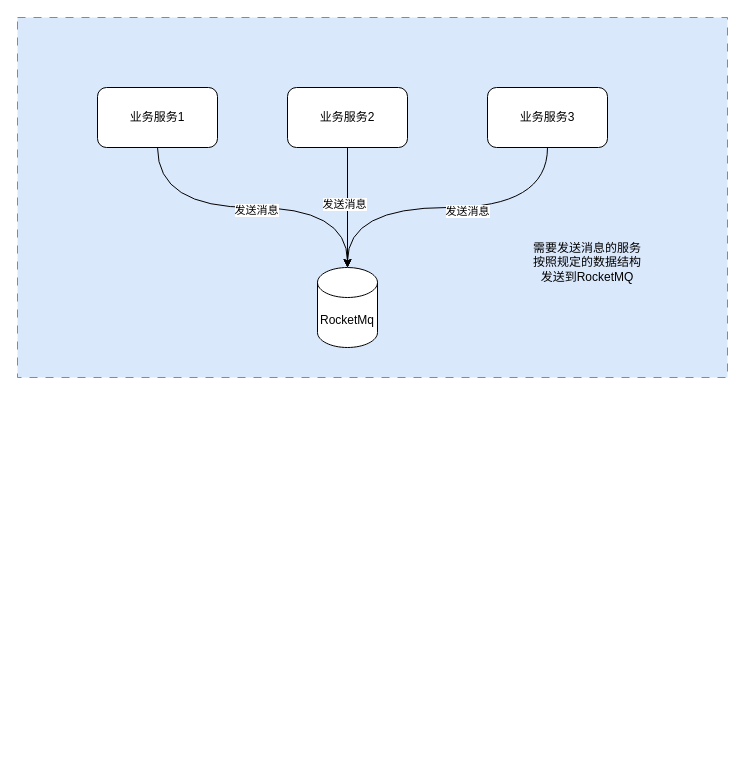
Above: miyuan/发送模块架构.drawio in smallleaf/draw.io (draw.io), before the change. Source tidied: cells renumbered, new cells numbered last; positions are measured from the earlier drawing's top-left corner, leaving out a move shared by most shapes. Both pictures are drawn from the tidied source at 100%, with x=0, y=0 at pixel (17, 17).
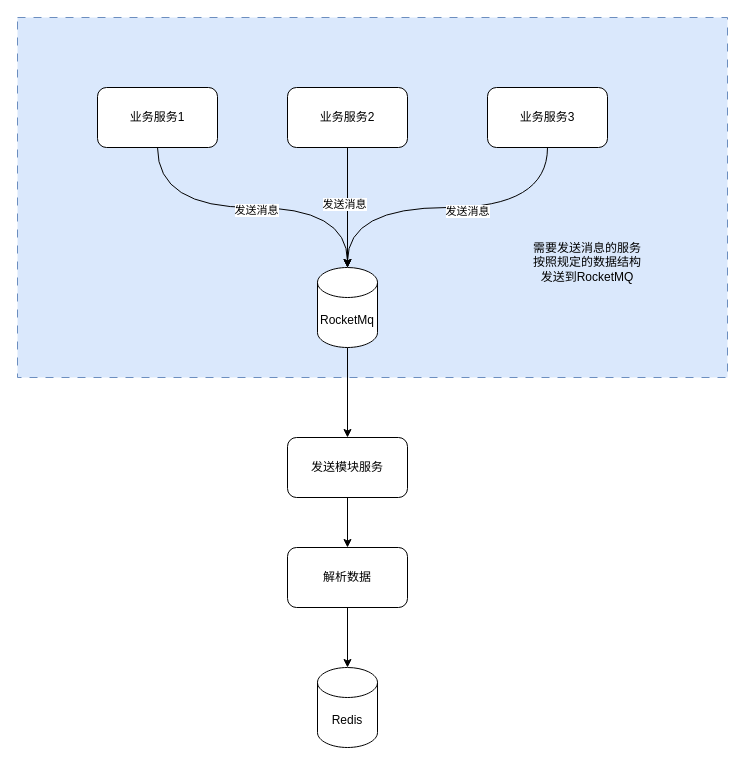
The same page after the edit.

Commit message (it also covers changes not shown here):
更新发送模块架构.drawio

Unchanged cells that the change refers to:
```xml
<mxCell id="3" value="RocketMq" style="shape=cylinder3;whiteSpace=wrap;html=1;boundedLbl=1;backgroundOutline=1;size=15;" parent="1" vertex="1">
  <mxGeometry x="300" y="250" width="60" height="80" as="geometry" />
</mxCell>
```

The edit, as a diff of the source:
```diff
@@
+    <mxCell id="14" style="edgeStyle=orthogonalEdgeStyle;rounded=0;jettySize=auto;html=1;exitX=0.5;exitY=1;exitDx=0;exitDy=0;exitPerimeter=0;entryX=0.5;entryY=0;entryDx=0;entryDy=0;" parent="1" edge="1" source="3" target="16">
+      <mxGeometry relative="1" as="geometry" />
+    </mxCell>
@@
+    <mxCell id="15" style="edgeStyle=orthogonalEdgeStyle;rounded=0;jettySize=auto;html=1;exitX=0.5;exitY=1;exitDx=0;exitDy=0;entryX=0.5;entryY=0;entryDx=0;entryDy=0;" parent="1" edge="1" source="16" target="17">
+      <mxGeometry relative="1" as="geometry" />
+    </mxCell>
+    <mxCell id="16" value="发送模块服务" style="rounded=1;whiteSpace=wrap;html=1;" parent="1" vertex="1">
+      <mxGeometry x="270" y="420" width="120" height="60" as="geometry" />
+    </mxCell>
+    <mxCell id="17" value="解析数据" style="rounded=1;whiteSpace=wrap;html=1;" parent="1" vertex="1">
+      <mxGeometry x="270" y="530" width="120" height="60" as="geometry" />
+    </mxCell>
+    <mxCell id="18" value="Redis" style="shape=cylinder3;whiteSpace=wrap;html=1;boundedLbl=1;backgroundOutline=1;size=15;" parent="1" vertex="1">
+      <mxGeometry x="300" y="650" width="60" height="80" as="geometry" />
+    </mxCell>
+    <mxCell id="19" style="edgeStyle=orthogonalEdgeStyle;rounded=0;jettySize=auto;html=1;exitX=0.5;exitY=1;exitDx=0;exitDy=0;entryX=0.5;entryY=0;entryDx=0;entryDy=0;entryPerimeter=0;" parent="1" edge="1" source="17" target="18">
+      <mxGeometry relative="1" as="geometry" />
+    </mxCell>
```
